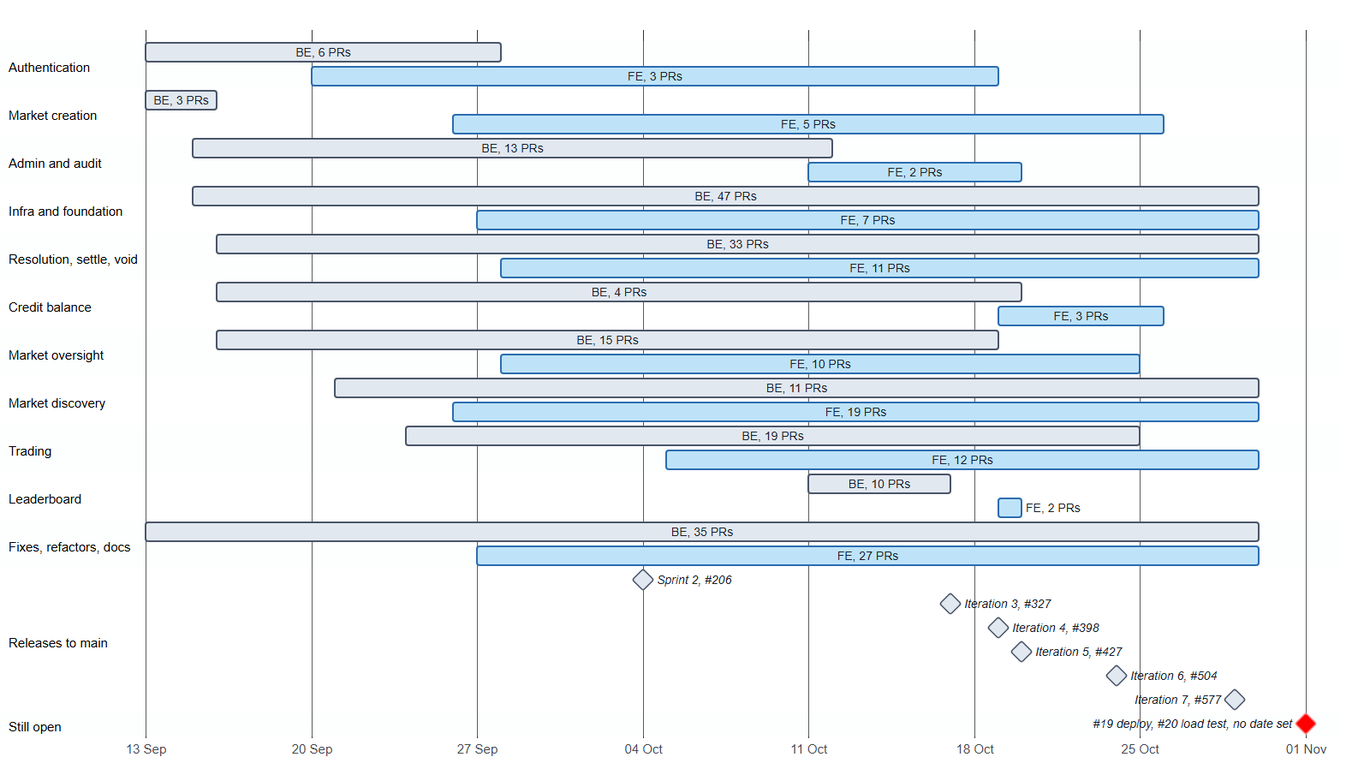
The Mermaid diagram docs/diagrams/rendered/07-gantt.png in decker757/CS464, before a commit. Its source is kept beside it as docs/diagrams/07-gantt.mmd. Source of this version:
```mermaid
%%{init: {"themeCSS": ".tick text { font-size: 15px; } .sectionTitle { font-size: 15px; } .taskText, .taskTextOutsideRight, .taskTextOutsideLeft { font-size: 14px; }"}}%%
gantt
    dateFormat YYYY-MM-DD
    axisFormat %d %b
    tickInterval 1week
    todayMarker off
    section Authentication
    BE, 6 PRs :2026-09-13, 15d
    FE, 3 PRs :active, 2026-09-20, 29d
    section Market creation
    BE, 3 PRs :2026-09-13, 3d
    FE, 5 PRs :active, 2026-09-26, 30d
    section Admin and audit
    BE, 13 PRs :2026-09-15, 27d
    FE, 2 PRs :active, 2026-10-11, 9d
    section Infra and foundation
    BE, 47 PRs :2026-09-15, 45d
    FE, 7 PRs :active, 2026-09-27, 33d
    section Resolution, settle, void
    BE, 33 PRs :2026-09-16, 44d
    FE, 11 PRs :active, 2026-09-28, 32d
    section Credit balance
    BE, 4 PRs :2026-09-16, 34d
    FE, 3 PRs :active, 2026-10-19, 7d
    section Market oversight
    BE, 15 PRs :2026-09-16, 33d
    FE, 10 PRs :active, 2026-09-28, 27d
    section Market discovery
    BE, 11 PRs :2026-09-21, 39d
    FE, 19 PRs :active, 2026-09-26, 34d
    section Trading
    BE, 19 PRs :2026-09-24, 31d
    FE, 12 PRs :active, 2026-10-05, 25d
    section Leaderboard
    BE, 10 PRs :2026-10-11, 6d
    FE, 2 PRs :active, 2026-10-19, 1d
    section Fixes, refactors, docs
    BE, 35 PRs :2026-09-13, 47d
    FE, 27 PRs :active, 2026-09-27, 33d
    section Releases to main
    Sprint 2, #206    :milestone, 2026-10-04, 0d
    Iteration 3, #327 :milestone, 2026-10-17, 0d
    Iteration 4, #398 :milestone, 2026-10-19, 0d
    Iteration 5, #427 :milestone, 2026-10-20, 0d
    Iteration 6, #504 :milestone, 2026-10-24, 0d
    Iteration 7, #577 :milestone, 2026-10-29, 0d
    section Still open
    #19 deploy, #20 load test, no date set :crit, milestone, 2026-11-01, 0d
```
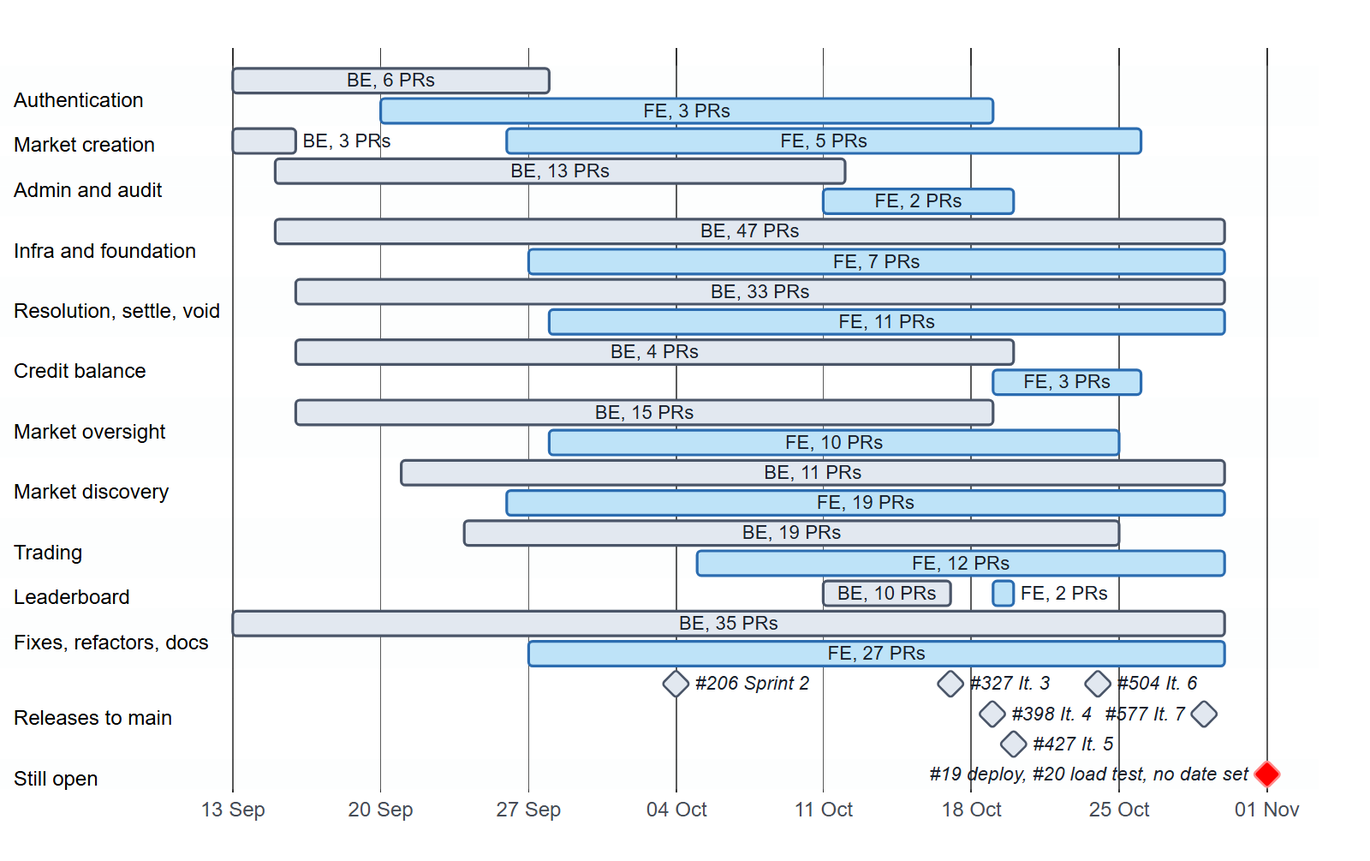
After the commit.

Commit message:
docs(diagrams): a narrower trade sequence in twelve messages, and a compact timeline

Diff of the diagram source:
```diff
@@ -1,4 +1,4 @@
-%%{init: {"themeCSS": ".tick text { font-size: 15px; } .sectionTitle { font-size: 15px; } .taskText, .taskTextOutsideRight, .taskTextOutsideLeft { font-size: 14px; }"}}%%
+%%{init: {"gantt": {"displayMode": "compact", "barHeight": 18, "barGap": 4}, "themeCSS": ".tick text { font-size: 15px; } .sectionTitle { font-size: 15px; } .taskText, .taskTextOutsideRight, .taskTextOutsideLeft { font-size: 14px; }"}}%%
 gantt
     dateFormat YYYY-MM-DD
     axisFormat %d %b
@@ -38,11 +38,11 @@
     BE, 35 PRs :2026-09-13, 47d
     FE, 27 PRs :active, 2026-09-27, 33d
     section Releases to main
-    Sprint 2, #206    :milestone, 2026-10-04, 0d
-    Iteration 3, #327 :milestone, 2026-10-17, 0d
-    Iteration 4, #398 :milestone, 2026-10-19, 0d
-    Iteration 5, #427 :milestone, 2026-10-20, 0d
-    Iteration 6, #504 :milestone, 2026-10-24, 0d
-    Iteration 7, #577 :milestone, 2026-10-29, 0d
+    #206 Sprint 2  :milestone, 2026-10-02, 4d
+    #327 It. 3    :milestone, 2026-10-15, 4d
+    #398 It. 4    :milestone, 2026-10-18, 2d
+    #427 It. 5    :milestone, 2026-10-18, 4d
+    #577 It. 7    :milestone, 2026-10-27, 4d
+    #504 It. 6    :milestone, 2026-10-20, 8d
     section Still open
     #19 deploy, #20 load test, no date set :crit, milestone, 2026-11-01, 0d
```
